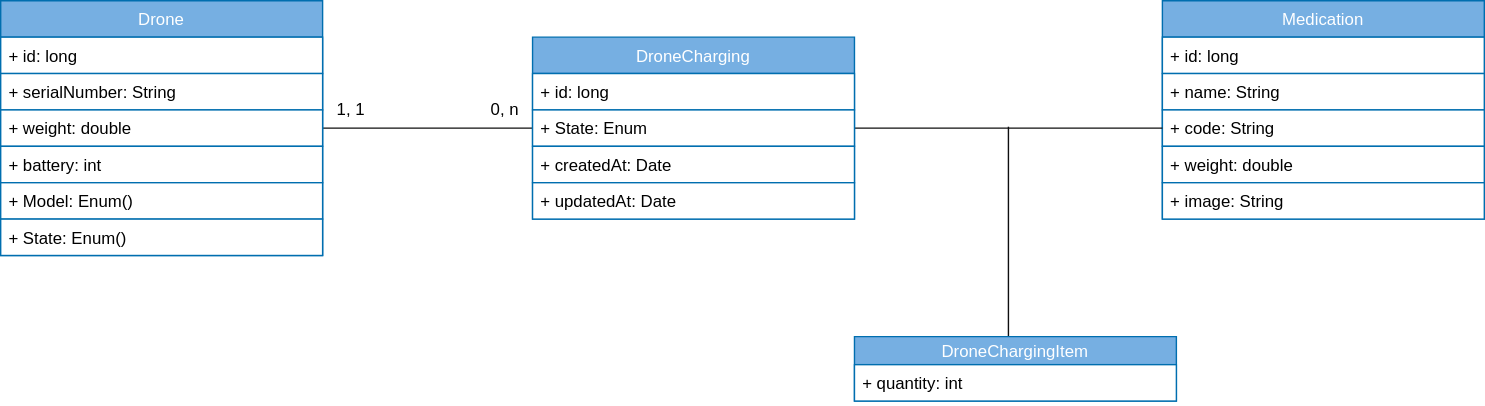
This is docs/class-diagram.drawio.svg from smagaye/dronesManagement, a draw.io export, as it was before one commit. Source tidied: cells renumbered, new cells last; positions are measured from the earlier drawing's top-left corner, leaving out a move shared by most shapes.
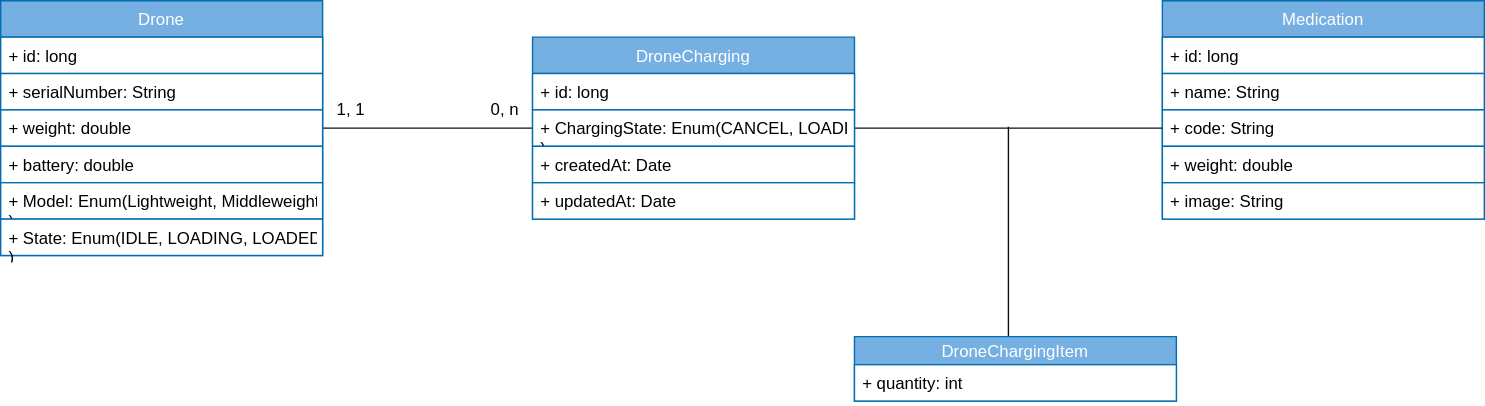
Later version of the same file.

Diff of the diagram source:
```diff
@@ -17,13 +17,13 @@
     <mxCell id="6" value="+ weight: double" style="text;align=left;verticalAlign=top;spacingLeft=4;spacingRight=4;overflow=hidden;fillColor=#FFFFFF;fontColor=#000000;strokeColor=#006EAF;" parent="3" vertex="1">
       <mxGeometry y="78" width="230" height="26" as="geometry" />
     </mxCell>
-    <mxCell id="7" value="+ battery: int" style="text;align=left;verticalAlign=top;spacingLeft=4;spacingRight=4;overflow=hidden;fillColor=#FFFFFF;fontColor=#000000;strokeColor=#006EAF;" parent="3" vertex="1">
+    <mxCell id="7" value="+ battery: double" style="text;align=left;verticalAlign=top;spacingLeft=4;spacingRight=4;overflow=hidden;fillColor=#FFFFFF;fontColor=#000000;strokeColor=#006EAF;" parent="3" vertex="1">
       <mxGeometry y="104" width="230" height="26" as="geometry" />
     </mxCell>
-    <mxCell id="8" value="+ Model: Enum()" style="text;align=left;verticalAlign=top;spacingLeft=4;spacingRight=4;overflow=hidden;fillColor=#FFFFFF;fontColor=#000000;strokeColor=#006EAF;" parent="3" vertex="1">
+    <mxCell id="8" value="+ Model: Enum(Lightweight, Middleweight, Cruiserweight, Heavyweight&#10;)" style="text;align=left;verticalAlign=top;spacingLeft=4;spacingRight=4;overflow=hidden;fillColor=#FFFFFF;fontColor=#000000;strokeColor=#006EAF;fontFamily=Helvetica;" parent="3" vertex="1">
       <mxGeometry y="130" width="230" height="26" as="geometry" />
     </mxCell>
-    <mxCell id="9" value="+ State: Enum()" style="text;align=left;verticalAlign=top;spacingLeft=4;spacingRight=4;overflow=hidden;fillColor=#FFFFFF;fontColor=#000000;strokeColor=#006EAF;" parent="3" vertex="1">
+    <mxCell id="9" value="+ State: Enum(IDLE, LOADING, LOADED, DELIVERING, DELIVERED, RETURNING&#10;)" style="text;align=left;verticalAlign=top;spacingLeft=4;spacingRight=4;overflow=hidden;fillColor=#FFFFFF;fontColor=#000000;strokeColor=#006EAF;fontFamily=Helvetica;" parent="3" vertex="1">
       <mxGeometry y="156" width="230" height="26" as="geometry" />
     </mxCell>
     <mxCell id="10" value="Medication" style="swimlane;fontStyle=0;horizontal=1;startSize=26;fillColor=#76AFE2;fontColor=#ffffff;strokeColor=#006EAF;" parent="1" vertex="1">
@@ -55,7 +55,7 @@
     <mxCell id="18" value="+ id: long" style="text;align=left;verticalAlign=top;spacingLeft=4;spacingRight=4;overflow=hidden;fillColor=#FFFFFF;fontColor=#000000;strokeColor=#006EAF;" parent="17" vertex="1">
       <mxGeometry y="26" width="230" height="26" as="geometry" />
     </mxCell>
-    <mxCell id="19" value="+ State: Enum" style="text;align=left;verticalAlign=top;spacingLeft=4;spacingRight=4;overflow=hidden;fillColor=#FFFFFF;fontColor=#000000;strokeColor=#006EAF;" parent="17" vertex="1">
+    <mxCell id="19" value="+ ChargingState: Enum(CANCEL, LOADING, DELIVERING, DELIVERED, RETURNING&#10;)" style="text;align=left;verticalAlign=top;spacingLeft=4;spacingRight=4;overflow=hidden;fillColor=#FFFFFF;fontColor=#000000;strokeColor=#006EAF;fontFamily=Helvetica;" parent="17" vertex="1">
       <mxGeometry y="52" width="230" height="26" as="geometry" />
     </mxCell>
     <mxCell id="20" value="+ createdAt: Date" style="text;align=left;verticalAlign=top;spacingLeft=4;spacingRight=4;overflow=hidden;fillColor=#FFFFFF;fontColor=#000000;strokeColor=#006EAF;" parent="17" vertex="1">
```
